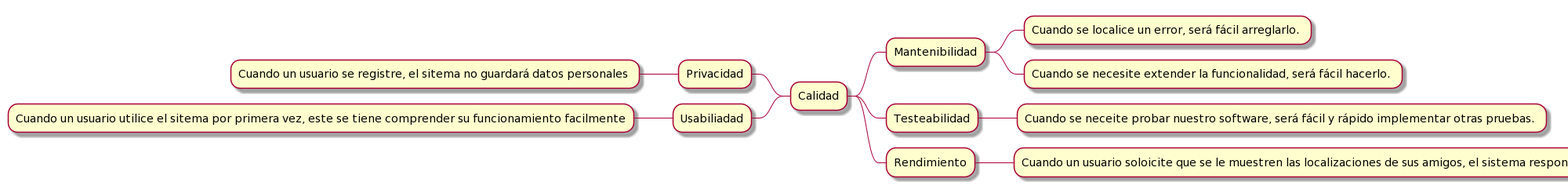
This is webapp/docs/images/arbolCalidad.png from Arquisoft/radarin_es4b, a PlantUML export, as it was before one commit. Its diagram source:
```plantuml
@startmindmap

* Calidad

left side

** Privacidad
*** Cuando un usuario se registre, el sitema no guardará datos personales


left side

** Usabiliadad
*** Cuando un usuario utilice el sitema por primera vez, este se tiene comprender su funcionamiento facilmente


right side

** Mantenibilidad
*** Cuando se localice un error, será fácil arreglarlo.
*** Cuando se necesite extender la funcionalidad, será fácil hacerlo.


right side

** Testeabilidad
*** Cuando se neceite probar nuestro software, será fácil y rápido implementar otras pruebas.


right side

** Rendimiento
*** Cuando un usuario soloicite que se le muestren las localizaciones de sus amigos, el sistema responderá en un tiempo razonable.


@endmindmap
```
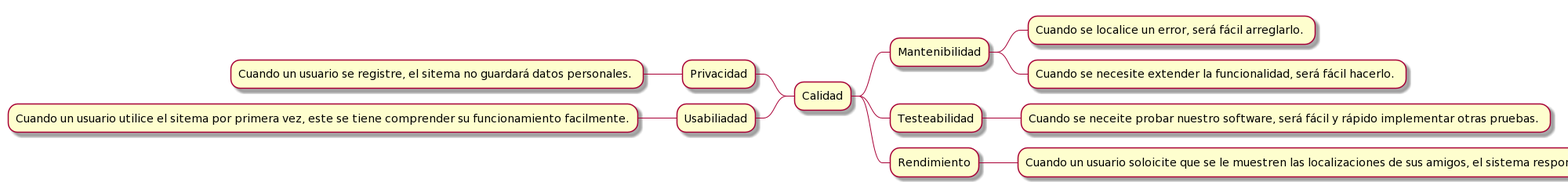
Above is the later version.

Change to the diagram source:
```diff
@@ -1,36 +1,23 @@
 @startmindmap
-
 * Calidad
+left side
+** Privacidad
+*** Cuando un usuario se registre, el sitema no guardará datos personales.
 
 left side
-
-** Privacidad
-*** Cuando un usuario se registre, el sitema no guardará datos personales
-
-
-left side
-
 ** Usabiliadad
-*** Cuando un usuario utilice el sitema por primera vez, este se tiene comprender su funcionamiento facilmente
-
+*** Cuando un usuario utilice el sitema por primera vez, este se tiene comprender su funcionamiento facilmente.
 
 right side
-
 ** Mantenibilidad
 *** Cuando se localice un error, será fácil arreglarlo.
 *** Cuando se necesite extender la funcionalidad, será fácil hacerlo.
 
-
 right side
-
 ** Testeabilidad
 *** Cuando se neceite probar nuestro software, será fácil y rápido implementar otras pruebas.
 
-
 right side
-
 ** Rendimiento
 *** Cuando un usuario soloicite que se le muestren las localizaciones de sus amigos, el sistema responderá en un tiempo razonable.
-
-
 @endmindmap
```
